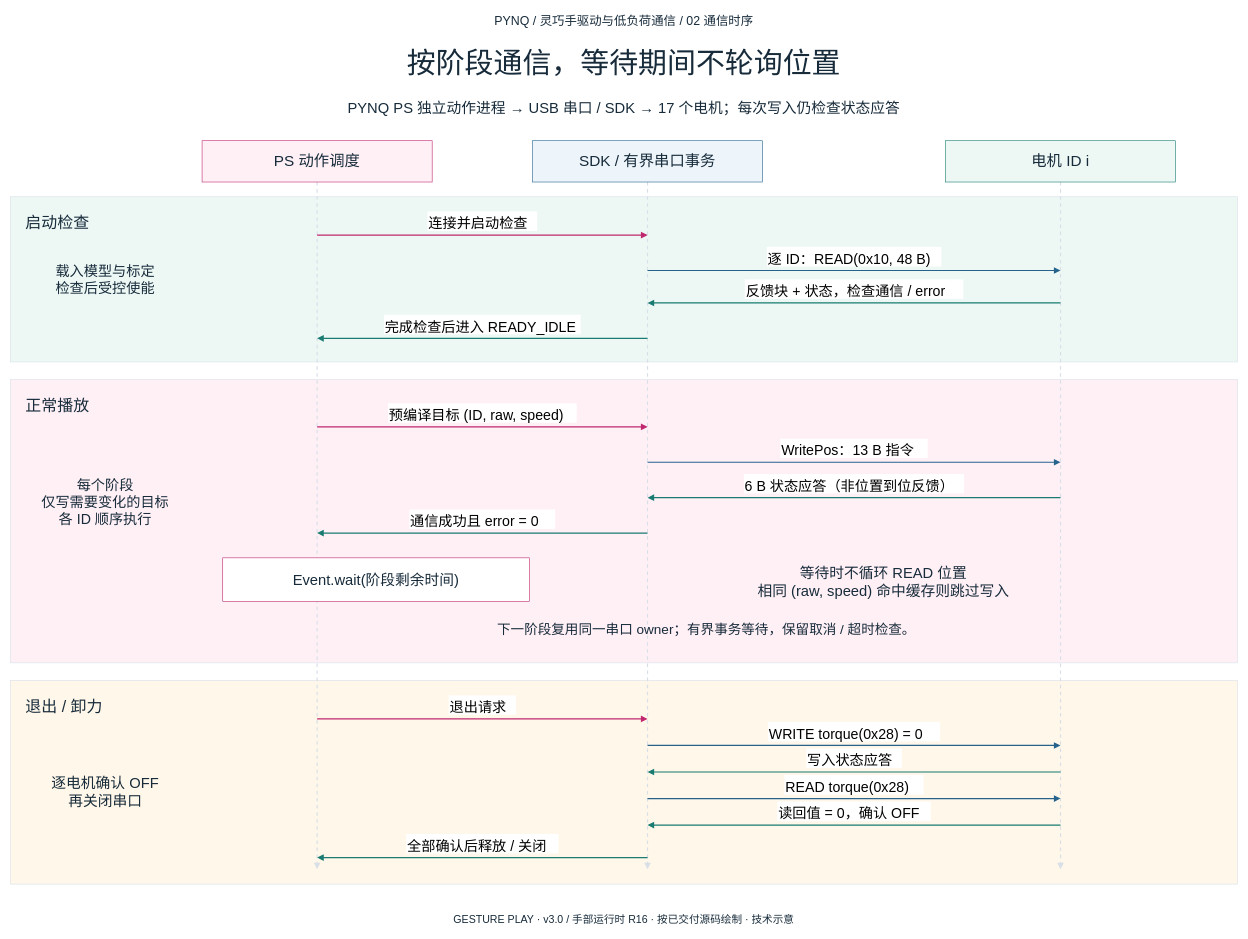
The draw.io diagram project/report/figures/hand_communication_handoff/figures/02_sequence.drawio in hyh2758832315/pynq-gesture-play, before the edit. Source tidied: cells renumbered, new cells numbered last; positions are measured from the earlier drawing's top-left corner, leaving out a move shared by most shapes. Both pictures are drawn from the tidied source at 59%, with x=0, y=0 at pixel (10, 10).
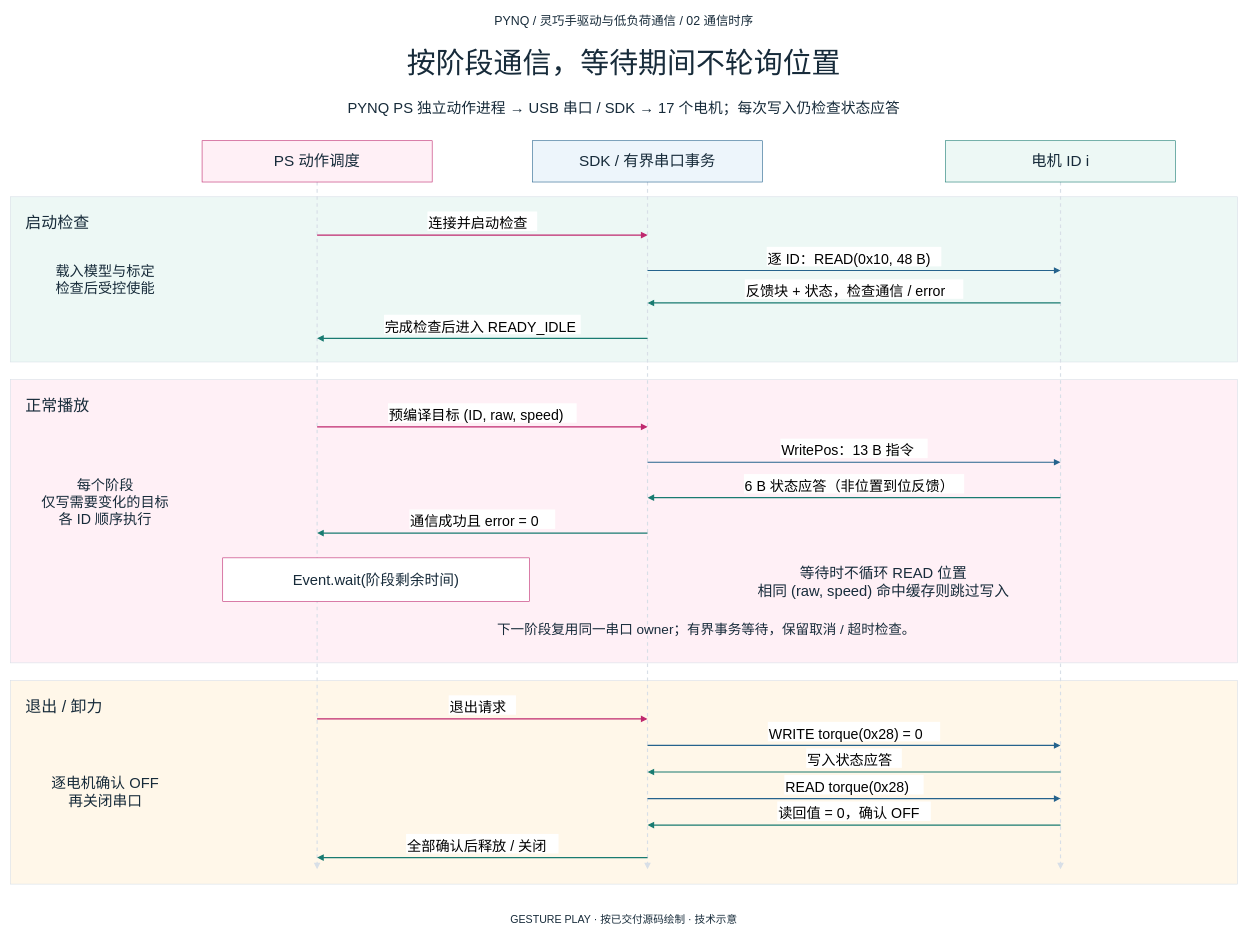
The same page after the edit.

What changed in the source:
```diff
@@
-    <mxCell id="25" value="GESTURE PLAY  ·  v3.0 / 手部运行时 R16  ·  按已交付源码绘制  ·  技术示意" style="rounded=0;whiteSpace=wrap;html=0;fillColor=#ffffff;strokeColor=#d8dfe7;fontColor=#172b3a;fontFamily=Microsoft YaHei;fontSize=18;spacing=12;fillColor=none;strokeColor=none;" parent="1" vertex="1">
+    <mxCell id="25" value="GESTURE PLAY  ·  按已交付源码绘制  ·  技术示意" style="rounded=0;whiteSpace=wrap;html=0;fillColor=#ffffff;strokeColor=#d8dfe7;fontColor=#172b3a;fontFamily=Microsoft YaHei;fontSize=18;spacing=12;fillColor=none;strokeColor=none;" parent="1" vertex="1">
       <mxGeometry y="1524" width="2080" height="34" as="geometry" />
     </mxCell>
```
